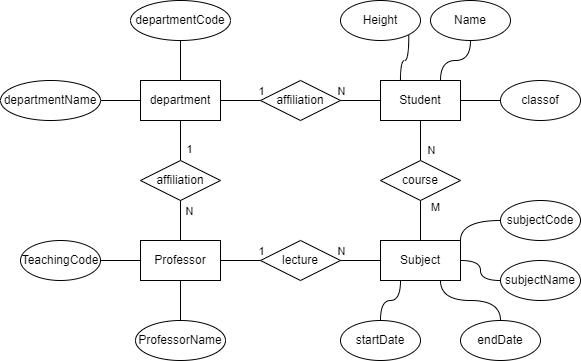
The draw.io diagram haksaControll.png in 0yHan/test, before a commit. Source tidied: cells renumbered, new cells last; positions are measured from the earlier drawing's top-left corner, leaving out a move shared by most shapes.
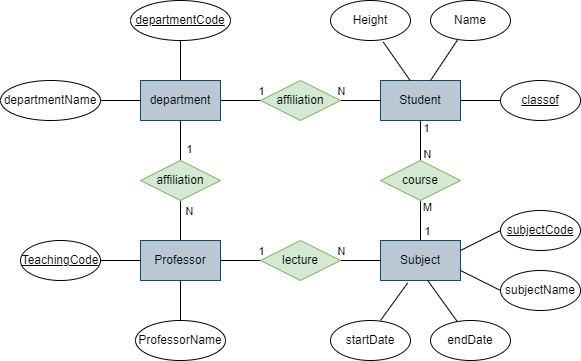
The same file after the commit.

Change to the diagram source:
```diff
@@ -2,7 +2,7 @@
   <root>
     <mxCell id="0" />
     <mxCell id="1" parent="0" />
-    <mxCell id="2" value="Student" style="whiteSpace=wrap;html=1;align=center;" parent="1" vertex="1">
+    <mxCell id="2" value="Student" style="whiteSpace=wrap;html=1;align=center;fillColor=#bac8d3;strokeColor=#23445d;" parent="1" vertex="1">
       <mxGeometry x="380" y="80" width="80" height="40" as="geometry" />
     </mxCell>
     <mxCell id="3" style="edgeStyle=orthogonalEdgeStyle;rounded=0;jettySize=auto;html=1;endArrow=none;endFill=0;" parent="1" edge="1" source="5" target="8">
@@ -13,7 +13,7 @@
         <mxPoint x="98" y="-9" as="offset" />
       </mxGeometry>
     </mxCell>
-    <mxCell id="5" value="department" style="whiteSpace=wrap;html=1;align=center;" parent="1" vertex="1">
+    <mxCell id="5" value="department" style="whiteSpace=wrap;html=1;align=center;fillColor=#bac8d3;strokeColor=#23445d;" parent="1" vertex="1">
       <mxGeometry x="140" y="80" width="80" height="40" as="geometry" />
     </mxCell>
     <mxCell id="6" style="edgeStyle=orthogonalEdgeStyle;rounded=0;jettySize=auto;html=1;endArrow=none;endFill=0;" parent="1" edge="1" source="8" target="2">
@@ -24,19 +24,19 @@
         <mxPoint x="-102" y="-11" as="offset" />
       </mxGeometry>
     </mxCell>
-    <mxCell id="8" value="affiliation" style="shape=rhombus;perimeter=rhombusPerimeter;whiteSpace=wrap;html=1;align=center;" parent="1" vertex="1">
+    <mxCell id="8" value="affiliation" style="shape=rhombus;perimeter=rhombusPerimeter;whiteSpace=wrap;html=1;align=center;fillColor=#d5e8d4;strokeColor=#82b366;" parent="1" vertex="1">
       <mxGeometry x="260" y="80" width="80" height="40" as="geometry" />
     </mxCell>
     <mxCell id="9" style="edgeStyle=orthogonalEdgeStyle;rounded=0;jettySize=auto;html=1;endArrow=none;endFill=0;" parent="1" edge="1" source="10" target="5">
       <mxGeometry relative="1" as="geometry" />
     </mxCell>
-    <mxCell id="10" value="departmentCode" style="ellipse;whiteSpace=wrap;html=1;align=center;" parent="1" vertex="1">
+    <mxCell id="10" value="&lt;u&gt;departmentCode&lt;/u&gt;" style="ellipse;whiteSpace=wrap;html=1;align=center;" parent="1" vertex="1">
       <mxGeometry x="130" width="100" height="40" as="geometry" />
     </mxCell>
-    <mxCell id="11" value="Professor" style="whiteSpace=wrap;html=1;align=center;" parent="1" vertex="1">
+    <mxCell id="11" value="Professor" style="whiteSpace=wrap;html=1;align=center;fillColor=#bac8d3;strokeColor=#23445d;" parent="1" vertex="1">
       <mxGeometry x="140" y="240" width="80" height="40" as="geometry" />
     </mxCell>
-    <mxCell id="12" value="Subject" style="whiteSpace=wrap;html=1;align=center;" parent="1" vertex="1">
+    <mxCell id="12" value="Subject" style="whiteSpace=wrap;html=1;align=center;fillColor=#bac8d3;strokeColor=#23445d;" parent="1" vertex="1">
       <mxGeometry x="380" y="240" width="80" height="40" as="geometry" />
     </mxCell>
     <mxCell id="13" style="edgeStyle=orthogonalEdgeStyle;rounded=0;jettySize=auto;html=1;endArrow=none;endFill=0;" parent="1" edge="1" source="15" target="5">
@@ -45,7 +45,7 @@
     <mxCell id="14" style="edgeStyle=orthogonalEdgeStyle;rounded=0;jettySize=auto;html=1;endArrow=none;endFill=0;" parent="1" edge="1" source="15" target="11">
       <mxGeometry relative="1" as="geometry" />
     </mxCell>
-    <mxCell id="15" value="affiliation" style="shape=rhombus;perimeter=rhombusPerimeter;whiteSpace=wrap;html=1;align=center;" parent="1" vertex="1">
+    <mxCell id="15" value="affiliation" style="shape=rhombus;perimeter=rhombusPerimeter;whiteSpace=wrap;html=1;align=center;fillColor=#d5e8d4;strokeColor=#82b366;" parent="1" vertex="1">
       <mxGeometry x="140" y="160" width="80" height="40" as="geometry" />
     </mxCell>
     <mxCell id="16" style="edgeStyle=orthogonalEdgeStyle;rounded=0;jettySize=auto;html=1;endArrow=none;endFill=0;" parent="1" edge="1" source="18" target="12">
@@ -54,7 +54,7 @@
     <mxCell id="17" style="edgeStyle=orthogonalEdgeStyle;rounded=0;jettySize=auto;html=1;endArrow=none;endFill=0;" parent="1" edge="1" source="18" target="11">
       <mxGeometry relative="1" as="geometry" />
     </mxCell>
-    <mxCell id="18" value="lecture" style="shape=rhombus;perimeter=rhombusPerimeter;whiteSpace=wrap;html=1;align=center;" parent="1" vertex="1">
+    <mxCell id="18" value="lecture" style="shape=rhombus;perimeter=rhombusPerimeter;whiteSpace=wrap;html=1;align=center;fillColor=#d5e8d4;strokeColor=#82b366;" parent="1" vertex="1">
       <mxGeometry x="260" y="240" width="80" height="40" as="geometry" />
     </mxCell>
     <mxCell id="19" style="edgeStyle=orthogonalEdgeStyle;rounded=0;jettySize=auto;html=1;endArrow=none;endFill=0;" parent="1" edge="1" source="21" target="2">
@@ -63,7 +63,7 @@
     <mxCell id="20" style="edgeStyle=orthogonalEdgeStyle;rounded=0;jettySize=auto;html=1;endArrow=none;endFill=0;" parent="1" edge="1" source="21" target="12">
       <mxGeometry relative="1" as="geometry" />
     </mxCell>
-    <mxCell id="21" value="course" style="shape=rhombus;perimeter=rhombusPerimeter;whiteSpace=wrap;html=1;align=center;" parent="1" vertex="1">
+    <mxCell id="21" value="course" style="shape=rhombus;perimeter=rhombusPerimeter;whiteSpace=wrap;html=1;align=center;fillColor=#d5e8d4;strokeColor=#82b366;" parent="1" vertex="1">
       <mxGeometry x="380" y="160" width="80" height="40" as="geometry" />
     </mxCell>
     <mxCell id="22" style="edgeStyle=orthogonalEdgeStyle;rounded=0;jettySize=auto;html=1;endArrow=none;endFill=0;" parent="1" edge="1" source="23" target="5">
@@ -81,63 +81,60 @@
     <mxCell id="26" style="edgeStyle=orthogonalEdgeStyle;rounded=0;jettySize=auto;html=1;endArrow=none;endFill=0;" parent="1" edge="1" source="27" target="11">
       <mxGeometry relative="1" as="geometry" />
     </mxCell>
-    <mxCell id="27" value="TeachingCode" style="ellipse;whiteSpace=wrap;html=1;align=center;" parent="1" vertex="1">
+    <mxCell id="27" value="&lt;u&gt;TeachingCode&lt;/u&gt;" style="ellipse;whiteSpace=wrap;html=1;align=center;" parent="1" vertex="1">
       <mxGeometry x="20" y="240" width="80" height="40" as="geometry" />
     </mxCell>
-    <mxCell id="28" style="edgeStyle=orthogonalEdgeStyle;jettySize=auto;html=1;endArrow=none;endFill=0;curved=1;exitX=1;exitY=1;exitDx=0;exitDy=0;" parent="1" edge="1" source="29" target="2">
-      <mxGeometry relative="1" as="geometry">
-        <Array as="points">
-          <mxPoint x="408" y="60" />
-          <mxPoint x="400" y="60" />
-        </Array>
-      </mxGeometry>
+    <mxCell id="28" style="jettySize=auto;html=1;endArrow=none;endFill=0;exitX=0.66;exitY=1.04;exitDx=0;exitDy=0;exitPerimeter=0;entryX=0.37;entryY=0;entryDx=0;entryDy=0;entryPerimeter=0;" parent="1" edge="1" source="29" target="2">
+      <mxGeometry relative="1" as="geometry" />
     </mxCell>
     <mxCell id="29" value="Height" style="ellipse;whiteSpace=wrap;html=1;align=center;" parent="1" vertex="1">
-      <mxGeometry x="340" width="80" height="40" as="geometry" />
+      <mxGeometry x="330" width="80" height="40" as="geometry" />
     </mxCell>
     <mxCell id="30" style="edgeStyle=orthogonalEdgeStyle;rounded=0;jettySize=auto;html=1;endArrow=none;endFill=0;" parent="1" edge="1" source="31" target="2">
       <mxGeometry relative="1" as="geometry" />
     </mxCell>
-    <mxCell id="31" value="classof" style="ellipse;whiteSpace=wrap;html=1;align=center;" parent="1" vertex="1">
+    <mxCell id="31" value="&lt;u&gt;classof&lt;/u&gt;" style="ellipse;whiteSpace=wrap;html=1;align=center;" parent="1" vertex="1">
       <mxGeometry x="500" y="80" width="80" height="40" as="geometry" />
     </mxCell>
-    <mxCell id="32" style="edgeStyle=orthogonalEdgeStyle;jettySize=auto;html=1;exitX=0.5;exitY=0;exitDx=0;exitDy=0;entryX=0.25;entryY=1;entryDx=0;entryDy=0;endArrow=none;endFill=0;curved=1;" parent="1" edge="1" source="33" target="12">
+    <mxCell id="32" style="jettySize=auto;html=1;exitX=0.625;exitY=0;exitDx=0;exitDy=0;entryX=0.34;entryY=1.06;entryDx=0;entryDy=0;endArrow=none;endFill=0;exitPerimeter=0;entryPerimeter=0;" parent="1" edge="1" source="33" target="12">
       <mxGeometry relative="1" as="geometry" />
     </mxCell>
     <mxCell id="33" value="startDate" style="ellipse;whiteSpace=wrap;html=1;align=center;" parent="1" vertex="1">
-      <mxGeometry x="340" y="320" width="80" height="40" as="geometry" />
+      <mxGeometry x="330" y="320" width="80" height="40" as="geometry" />
     </mxCell>
-    <mxCell id="34" style="edgeStyle=orthogonalEdgeStyle;jettySize=auto;html=1;entryX=0.75;entryY=1;entryDx=0;entryDy=0;endArrow=none;endFill=0;curved=1;" parent="1" edge="1" source="35" target="12">
+    <mxCell id="34" style="jettySize=auto;html=1;entryX=0.59;entryY=1;entryDx=0;entryDy=0;endArrow=none;endFill=0;entryPerimeter=0;" parent="1" edge="1" source="35" target="12">
       <mxGeometry relative="1" as="geometry" />
     </mxCell>
     <mxCell id="35" value="endDate" style="ellipse;whiteSpace=wrap;html=1;align=center;" parent="1" vertex="1">
-      <mxGeometry x="460" y="320" width="80" height="40" as="geometry" />
+      <mxGeometry x="430" y="320" width="80" height="40" as="geometry" />
     </mxCell>
-    <mxCell id="36" style="edgeStyle=orthogonalEdgeStyle;jettySize=auto;html=1;exitX=0;exitY=0.5;exitDx=0;exitDy=0;entryX=1;entryY=0;entryDx=0;entryDy=0;endArrow=none;endFill=0;curved=1;" parent="1" edge="1" source="37" target="12">
+    <mxCell id="36" style="jettySize=auto;html=1;exitX=0;exitY=0.5;exitDx=0;exitDy=0;entryX=1;entryY=0.25;entryDx=0;entryDy=0;endArrow=none;endFill=0;" parent="1" edge="1" source="37" target="12">
       <mxGeometry relative="1" as="geometry" />
     </mxCell>
-    <mxCell id="37" value="subjectCode" style="ellipse;whiteSpace=wrap;html=1;align=center;" parent="1" vertex="1">
-      <mxGeometry x="500" y="200" width="80" height="40" as="geometry" />
+    <mxCell id="37" value="&lt;u&gt;subjectCode&lt;/u&gt;" style="ellipse;whiteSpace=wrap;html=1;align=center;" parent="1" vertex="1">
+      <mxGeometry x="500" y="210" width="80" height="40" as="geometry" />
     </mxCell>
-    <mxCell id="38" style="edgeStyle=orthogonalEdgeStyle;jettySize=auto;html=1;exitX=0;exitY=0.5;exitDx=0;exitDy=0;entryX=1;entryY=0.5;entryDx=0;entryDy=0;endArrow=none;endFill=0;curved=1;" parent="1" edge="1" source="39" target="12">
+    <mxCell id="38" style="jettySize=auto;html=1;exitX=0;exitY=0.5;exitDx=0;exitDy=0;entryX=1;entryY=0.75;entryDx=0;entryDy=0;endArrow=none;endFill=0;" parent="1" edge="1" source="39" target="12">
       <mxGeometry relative="1" as="geometry" />
     </mxCell>
     <mxCell id="39" value="subjectName" style="ellipse;whiteSpace=wrap;html=1;align=center;" parent="1" vertex="1">
-      <mxGeometry x="500" y="260" width="80" height="40" as="geometry" />
+      <mxGeometry x="500" y="270" width="80" height="40" as="geometry" />
     </mxCell>
-    <mxCell id="40" style="edgeStyle=orthogonalEdgeStyle;jettySize=auto;html=1;entryX=0.75;entryY=0;entryDx=0;entryDy=0;endArrow=none;endFill=0;curved=1;" parent="1" edge="1" source="41" target="2">
-      <mxGeometry relative="1" as="geometry" />
+    <mxCell id="40" style="jettySize=auto;html=1;endArrow=none;endFill=0;" parent="1" edge="1" source="41">
+      <mxGeometry relative="1" as="geometry">
+        <mxPoint x="430" y="80" as="targetPoint" />
+      </mxGeometry>
     </mxCell>
     <mxCell id="41" value="Name" style="ellipse;whiteSpace=wrap;html=1;align=center;" parent="1" vertex="1">
       <mxGeometry x="430" width="80" height="40" as="geometry" />
     </mxCell>
     <mxCell id="42" value="N" style="edgeLabel;html=1;align=center;verticalAlign=middle;" parent="1" vertex="1">
-      <mxGeometry x="259" y="182" as="geometry">
+      <mxGeometry x="255" y="186" as="geometry">
         <mxPoint x="171" y="-33" as="offset" />
       </mxGeometry>
     </mxCell>
     <mxCell id="43" value="M" style="edgeLabel;html=1;align=center;verticalAlign=middle;" parent="1" vertex="1">
-      <mxGeometry x="340" y="190" as="geometry">
+      <mxGeometry x="332" y="190" as="geometry">
         <mxPoint x="94" y="16" as="offset" />
       </mxGeometry>
     </mxCell>
@@ -157,5 +154,15 @@
     <mxCell id="47" value="1" style="edgeLabel;html=1;align=center;verticalAlign=middle;" parent="1" vertex="1">
       <mxGeometry x="260" y="250" as="geometry" />
     </mxCell>
+    <mxCell id="48" value="1" style="edgeLabel;html=1;align=center;verticalAlign=middle;" parent="1" vertex="1">
+      <mxGeometry x="266" y="258" as="geometry">
+        <mxPoint x="159" y="-131" as="offset" />
+      </mxGeometry>
+    </mxCell>
+    <mxCell id="49" value="1" style="edgeLabel;html=1;align=center;verticalAlign=middle;" parent="1" vertex="1">
+      <mxGeometry x="278" y="267" as="geometry">
+        <mxPoint x="148" y="-37" as="offset" />
+      </mxGeometry>
+    </mxCell>
   </root>
 </mxGraphModel>
```
